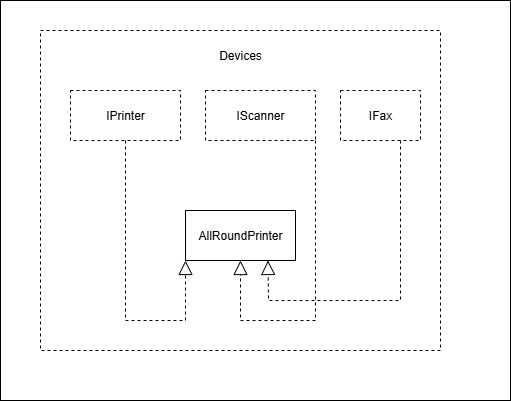
Above: MultiFunctionPrinter.png in wanderer3519/MultiFunctionPrinter (draw.io), before the change. Source tidied: cells renumbered, new cells last; positions are measured from the earlier drawing's top-left corner, leaving out a move shared by most shapes. Source of this version:
```xml
<mxGraphModel>
  <root>
    <mxCell id="0" />
    <mxCell id="1" parent="0" />
    <mxCell id="2" value="&lt;div&gt;&lt;br&gt;&lt;/div&gt;" style="rounded=0;whiteSpace=wrap;html=1;dashed=1;" parent="1" vertex="1">
      <mxGeometry x="40" y="30" width="400" height="320" as="geometry" />
    </mxCell>
    <mxCell id="3" value="Devices" style="text;strokeColor=none;align=center;fillColor=none;html=1;verticalAlign=middle;whiteSpace=wrap;rounded=0;" parent="1" vertex="1">
      <mxGeometry x="210" y="40" width="60" height="30" as="geometry" />
    </mxCell>
    <mxCell id="4" value="IPrinter" style="html=1;whiteSpace=wrap;dashed=1;" parent="1" vertex="1">
      <mxGeometry x="70" y="90" width="110" height="50" as="geometry" />
    </mxCell>
    <mxCell id="5" value="IScanner" style="html=1;whiteSpace=wrap;dashed=1;" parent="1" vertex="1">
      <mxGeometry x="205" y="90" width="110" height="50" as="geometry" />
    </mxCell>
    <mxCell id="6" value="IFax" style="html=1;whiteSpace=wrap;dashed=1;" parent="1" vertex="1">
      <mxGeometry x="340" y="90" width="80" height="50" as="geometry" />
    </mxCell>
    <mxCell id="7" value="AllRoundPrinter" style="html=1;whiteSpace=wrap;" parent="1" vertex="1">
      <mxGeometry x="185" y="210" width="110" height="50" as="geometry" />
    </mxCell>
    <mxCell id="8" style="endArrow=block;dashed=1;endFill=0;endSize=12;html=1;rounded=0;exitX=0.5;exitY=1;exitDx=0;exitDy=0;entryX=0;entryY=1;entryDx=0;entryDy=0;" parent="1" edge="1" source="4" target="7">
      <mxGeometry relative="1" as="geometry">
        <Array as="points">
          <mxPoint x="125" y="260" />
          <mxPoint x="125" y="320" />
          <mxPoint x="185" y="320" />
        </Array>
      </mxGeometry>
    </mxCell>
    <mxCell id="9" style="endArrow=block;dashed=1;endFill=0;endSize=12;html=1;rounded=0;exitX=1;exitY=1;exitDx=0;exitDy=0;entryX=0.5;entryY=1;entryDx=0;entryDy=0;" parent="1" edge="1" source="5" target="7">
      <mxGeometry relative="1" as="geometry">
        <Array as="points">
          <mxPoint x="315" y="320" />
          <mxPoint x="240" y="320" />
        </Array>
      </mxGeometry>
    </mxCell>
    <mxCell id="10" style="endArrow=block;dashed=1;endFill=0;endSize=12;html=1;rounded=0;exitX=0.75;exitY=1;exitDx=0;exitDy=0;entryX=0.75;entryY=1;entryDx=0;entryDy=0;" parent="1" edge="1" source="6" target="7">
      <mxGeometry relative="1" as="geometry">
        <Array as="points">
          <mxPoint x="400" y="300" />
          <mxPoint x="268" y="300" />
        </Array>
      </mxGeometry>
    </mxCell>
    <mxCell id="11" style="rounded=0;whiteSpace=wrap;html=1;gradientColor=default;gradientDirection=radial;fillColor=none;" parent="1" vertex="1">
      <mxGeometry width="510" height="400" as="geometry" />
    </mxCell>
  </root>
</mxGraphModel>
```
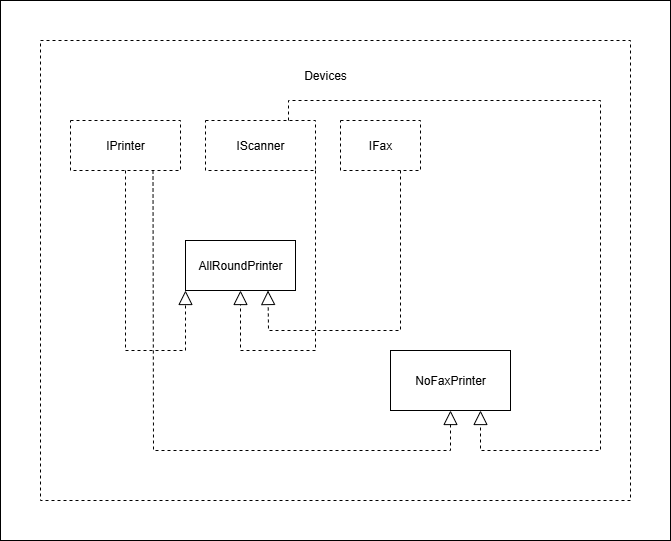
Later version of the same file.

Commit message:
feat: added a no fax printer and readme.

The edit, as a diff of the source:
```diff
@@ -3,10 +3,10 @@
     <mxCell id="0" />
     <mxCell id="1" parent="0" />
     <mxCell id="2" value="&lt;div&gt;&lt;br&gt;&lt;/div&gt;" style="rounded=0;whiteSpace=wrap;html=1;dashed=1;" parent="1" vertex="1">
-      <mxGeometry x="40" y="30" width="400" height="320" as="geometry" />
+      <mxGeometry x="40" y="10" width="590" height="460" as="geometry" />
     </mxCell>
     <mxCell id="3" value="Devices" style="text;strokeColor=none;align=center;fillColor=none;html=1;verticalAlign=middle;whiteSpace=wrap;rounded=0;" parent="1" vertex="1">
-      <mxGeometry x="210" y="40" width="60" height="30" as="geometry" />
+      <mxGeometry x="295" y="30" width="60" height="30" as="geometry" />
     </mxCell>
     <mxCell id="4" value="IPrinter" style="html=1;whiteSpace=wrap;dashed=1;" parent="1" vertex="1">
       <mxGeometry x="70" y="90" width="110" height="50" as="geometry" />
@@ -45,8 +45,30 @@
         </Array>
       </mxGeometry>
     </mxCell>
-    <mxCell id="11" style="rounded=0;whiteSpace=wrap;html=1;gradientColor=default;gradientDirection=radial;fillColor=none;" parent="1" vertex="1">
-      <mxGeometry width="510" height="400" as="geometry" />
-    </mxCell>
+    <mxCell id="12" value="NoFaxPrinter" style="rounded=0;whiteSpace=wrap;html=1;" parent="1" vertex="1">
+      <mxGeometry x="390" y="320" width="120" height="60" as="geometry" />
+    </mxCell>
+    <mxCell id="13" style="endArrow=block;dashed=1;endFill=0;endSize=12;html=1;rounded=0;exitX=0.75;exitY=1;exitDx=0;exitDy=0;entryX=0.5;entryY=1;entryDx=0;entryDy=0;" parent="1" edge="1" source="4" target="12">
+      <mxGeometry relative="1" as="geometry">
+        <Array as="points">
+          <mxPoint x="153" y="420" />
+          <mxPoint x="450" y="420" />
+        </Array>
+      </mxGeometry>
+    </mxCell>
+    <mxCell id="14" style="endArrow=block;dashed=1;endFill=0;endSize=12;html=1;rounded=0;entryX=0.75;entryY=1;entryDx=0;entryDy=0;" parent="1" edge="1" target="12">
+      <mxGeometry relative="1" as="geometry">
+        <mxPoint x="288" y="90" as="sourcePoint" />
+        <Array as="points">
+          <mxPoint x="288" y="70" />
+          <mxPoint x="600" y="70" />
+          <mxPoint x="600" y="420" />
+          <mxPoint x="480" y="420" />
+        </Array>
+      </mxGeometry>
+    </mxCell>
+    <mxCell id="15" style="html=1;whiteSpace=wrap;gradientColor=default;fillColor=none;" parent="1" vertex="1">
+      <mxGeometry y="-30" width="670" height="540" as="geometry" />
+    </mxCell>
   </root>
 </mxGraphModel>
```
